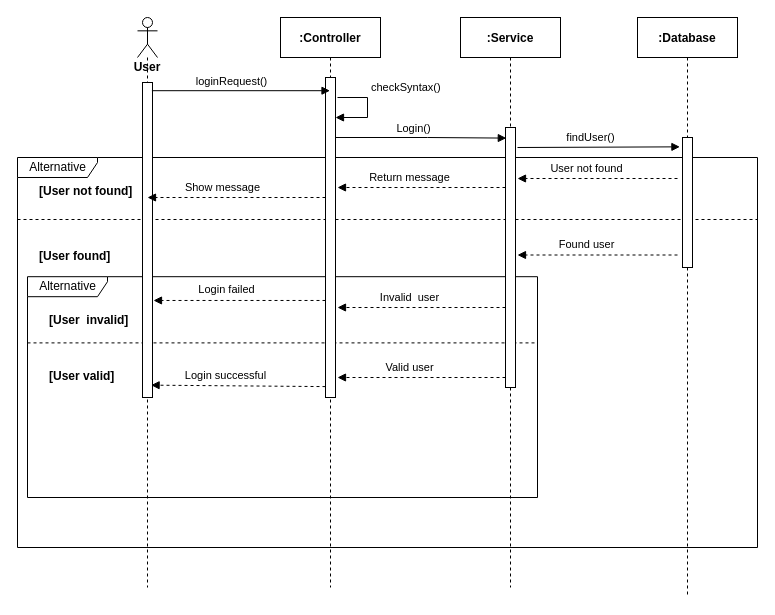
Above: page "Sequence_Login" (1 of 3) of Login_SequenceDiagram.drawio in tue0305/DesignPatternDemo (draw.io), before the change. Source tidied: cells renumbered, new cells numbered last; positions are measured from the earlier drawing's top-left corner, leaving out a move shared by most shapes. Both pictures are drawn from the tidied source at 100%, with x=0, y=0 at pixel (17, 17).
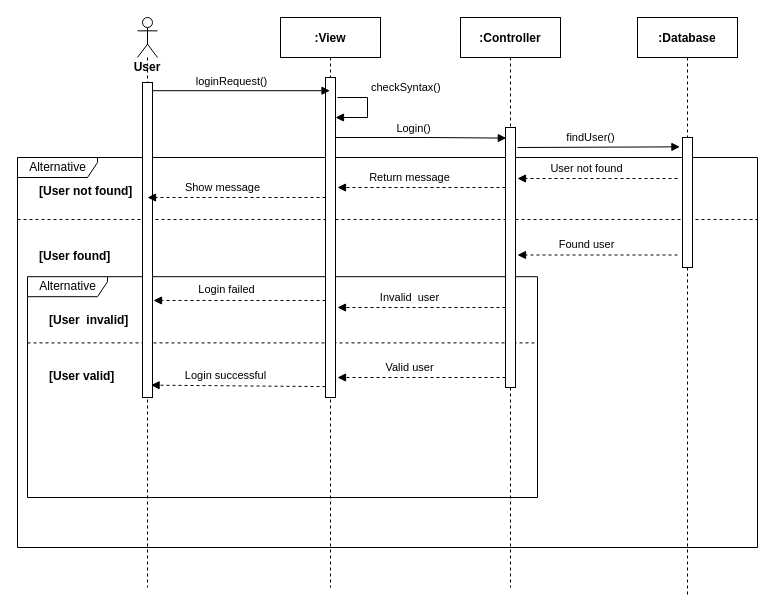
The same page after the edit.

Change to the diagram source:
```diff
@@
-    <mxCell id="16" value=":Controller" style="shape=umlLifeline;perimeter=lifelinePerimeter;rounded=0;shadow=0;strokeWidth=1;fontStyle=1;" parent="1" vertex="1">
+    <mxCell id="16" value=":View" style="shape=umlLifeline;perimeter=lifelinePerimeter;rounded=0;shadow=0;strokeWidth=1;fontStyle=1;" parent="1" vertex="1">
       <mxGeometry x="263" width="100" height="570" as="geometry" />
     </mxCell>
@@
-    <mxCell id="19" value=":Service" style="shape=umlLifeline;perimeter=lifelinePerimeter;rounded=0;shadow=0;strokeWidth=1;fontStyle=1;" parent="1" vertex="1">
+    <mxCell id="19" value=":Controller" style="shape=umlLifeline;perimeter=lifelinePerimeter;rounded=0;shadow=0;strokeWidth=1;fontStyle=1;" parent="1" vertex="1">
       <mxGeometry x="443" width="100" height="570" as="geometry" />
     </mxCell>
```
